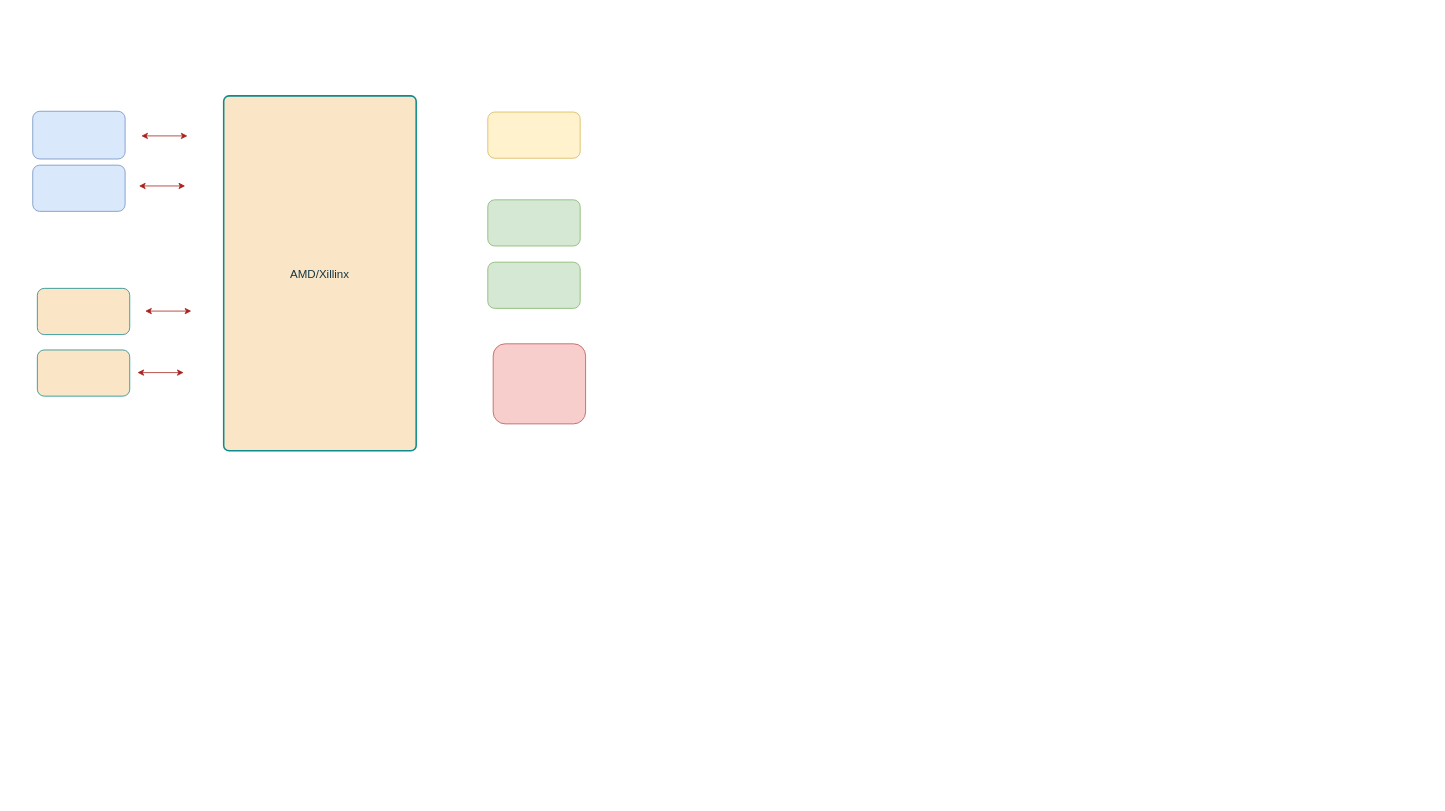
Before: INVENTTRONICS.drawio in moafkaljabi/PCB-IT-MA22, a draw.io diagram. Source tidied: cells renumbered, new cells numbered last; positions are measured from the earlier drawing's top-left corner, leaving out a move shared by most shapes. Both pictures are drawn from the tidied source at 77%, with x=0, y=0 at pixel (32, 95).
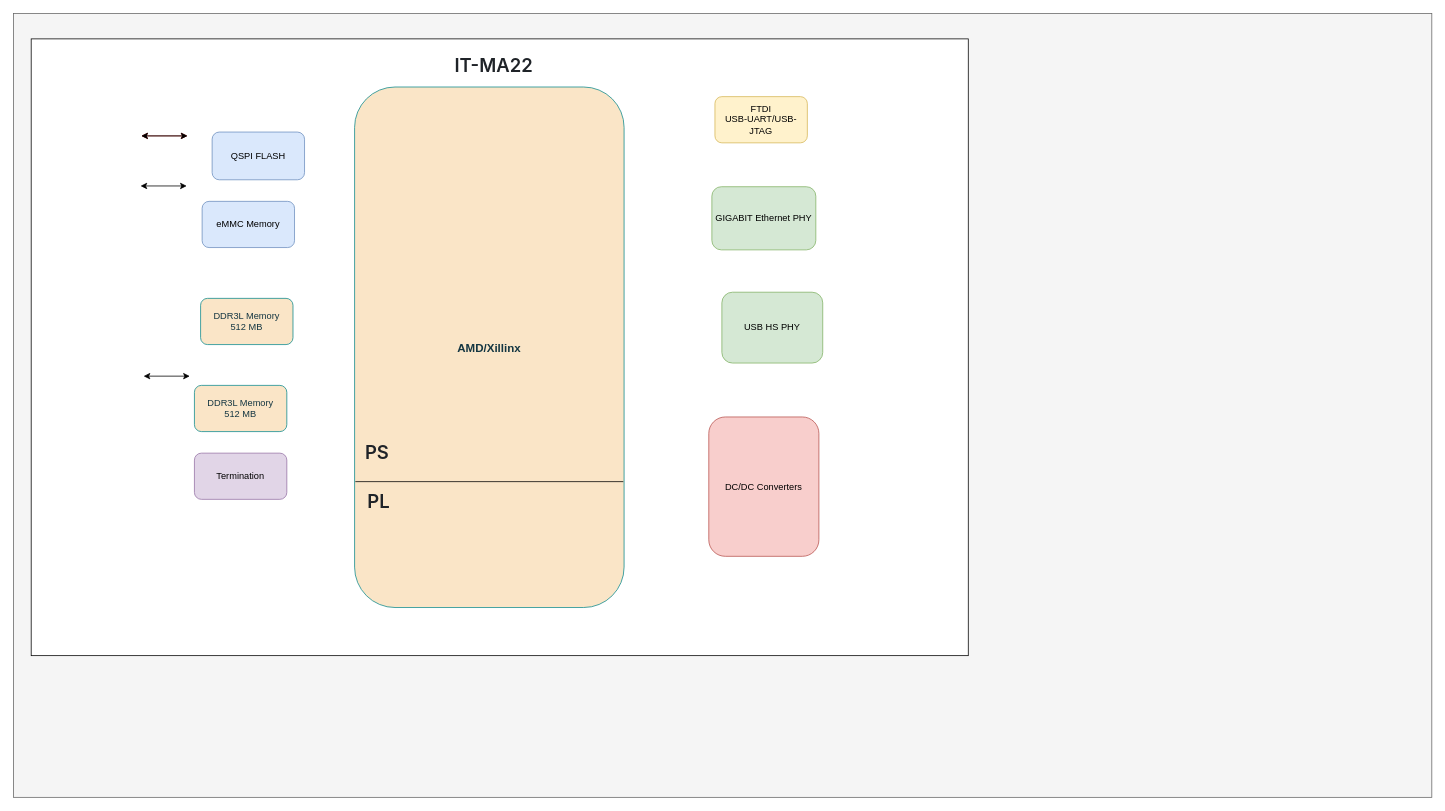
Above is the later version.

Diff of the diagram source:
```diff
@@
+    <mxCell id="15" style="rounded=0;whiteSpace=wrap;html=1;fillColor=#f5f5f5;strokeColor=#666666;fontColor=#333333;" parent="1" vertex="1">
+      <mxGeometry x="-25" y="-107" width="1842" height="1018" as="geometry" />
+    </mxCell>
+    <mxCell id="16" style="rounded=0;whiteSpace=wrap;html=1;" parent="1" vertex="1">
+      <mxGeometry x="-2" y="-74" width="1217" height="801" as="geometry" />
+    </mxCell>
+    <mxCell id="4" style="endArrow=classic;startArrow=classic;html=1;rounded=0;labelBackgroundColor=none;strokeColor=#A8201A;fontColor=default;" parent="1" edge="1">
+      <mxGeometry relative="1" as="geometry">
+        <mxPoint x="141" y="52" as="sourcePoint" />
+        <mxPoint x="201" y="52" as="targetPoint" />
+      </mxGeometry>
+    </mxCell>
+    <mxCell id="8" value="FTDI&lt;br&gt;USB-UART/USB-JTAG" style="rounded=1;whiteSpace=wrap;html=1;fillColor=#fff2cc;strokeColor=#d6b656;labelBackgroundColor=none;" parent="1" vertex="1">
+      <mxGeometry x="886" y="1" width="120" height="60" as="geometry" />
+    </mxCell>
+    <mxCell id="9" value="GIGABIT Ethernet PHY" style="rounded=1;whiteSpace=wrap;html=1;fillColor=#d5e8d4;strokeColor=#82b366;labelBackgroundColor=none;" parent="1" vertex="1">
+      <mxGeometry x="882" y="118" width="135" height="82" as="geometry" />
+    </mxCell>
+    <mxCell id="17" value="&lt;h1 style=&quot;text-align: start; box-sizing: border-box; margin-right: 0px; margin-left: 0px; font-weight: var(--base-text-weight-semibold, 600); line-height: 1.25; padding-bottom: 0.3em; border-bottom: 1px solid var(--borderColor-muted, var(--color-border-muted)); caret-color: rgb(31, 35, 40); color: rgb(31, 35, 40); font-family: -apple-system, BlinkMacSystemFont, &amp;quot;Segoe UI&amp;quot;, &amp;quot;Noto Sans&amp;quot;, Helvetica, Arial, sans-serif, &amp;quot;Apple Color Emoji&amp;quot;, &amp;quot;Segoe UI Emoji&amp;quot;; margin-top: 0px !important; margin-bottom: 0px !important;&quot; dir=&quot;auto&quot; tabindex=&quot;-1&quot;&gt;IT-MA22&lt;/h1&gt;" style="rounded=0;whiteSpace=wrap;html=1;strokeColor=none;" parent="1" vertex="1">
+      <mxGeometry x="539" y="-66" width="120" height="60" as="geometry" />
+    </mxCell>
+    <mxCell id="18" style="endArrow=classic;startArrow=classic;html=1;rounded=0;labelBackgroundColor=none;strokeColor=#000000;fontColor=default;" parent="1" edge="1">
+      <mxGeometry relative="1" as="geometry">
+        <mxPoint x="144" y="364" as="sourcePoint" />
+        <mxPoint x="204" y="364" as="targetPoint" />
+      </mxGeometry>
+    </mxCell>
+    <mxCell id="19" style="endArrow=classic;startArrow=classic;html=1;rounded=0;labelBackgroundColor=none;strokeColor=#000000;fontColor=default;" parent="1" edge="1">
+      <mxGeometry relative="1" as="geometry">
+        <mxPoint x="140" y="117" as="sourcePoint" />
+        <mxPoint x="200" y="117" as="targetPoint" />
+      </mxGeometry>
+    </mxCell>
-    <mxCell id="2" value="&lt;font style=&quot;font-size: 15px;&quot;&gt;AMD/Xillinx&lt;/font&gt;" style="rounded=1;whiteSpace=wrap;html=1;absoluteArcSize=1;arcSize=14;strokeWidth=2;fillColor=#FAE5C7;strokeColor=#0F8B8D;labelBackgroundColor=none;fontColor=#143642;align=center;labelPosition=center;verticalLabelPosition=middle;verticalAlign=middle;horizontal=1;glass=0;shadow=0;" parent="1" vertex="1">
-      <mxGeometry x="248" width="250" height="461" as="geometry" />
+    <mxCell id="2" value="&lt;span style=&quot;caret-color: rgb(20, 54, 66); color: rgb(20, 54, 66); font-family: Helvetica; font-size: 15px; font-style: normal; font-variant-caps: normal; letter-spacing: normal; text-align: center; text-indent: 0px; text-transform: none; word-spacing: 0px; -webkit-text-stroke-width: 0px; text-decoration: none; float: none; display: inline !important;&quot;&gt;&lt;b&gt;AMD/Xillinx&lt;/b&gt;&lt;/span&gt;" style="rounded=1;whiteSpace=wrap;html=1;strokeColor=#0F8B8D;fontColor=#143642;fillColor=#FAE5C7;" parent="1" vertex="1">
+      <mxGeometry x="418" y="-11.5" width="350" height="676" as="geometry" />
     </mxCell>
-    <mxCell id="3" style="rounded=1;whiteSpace=wrap;html=1;fillColor=#dae8fc;strokeColor=#6c8ebf;labelBackgroundColor=none;" parent="1" vertex="1">
-      <mxGeometry y="20" width="120" height="62" as="geometry" />
-    </mxCell>
-    <mxCell id="4" style="endArrow=classic;startArrow=classic;html=1;rounded=0;labelBackgroundColor=none;strokeColor=#A8201A;fontColor=default;" parent="1" edge="1">
-      <mxGeometry relative="1" as="geometry">
-        <mxPoint x="141" y="52" as="sourcePoint" />
-        <mxPoint x="201" y="52" as="targetPoint" />
-      </mxGeometry>
-    </mxCell>
-    <mxCell id="5" style="rounded=1;whiteSpace=wrap;html=1;fillColor=#dae8fc;strokeColor=#6c8ebf;labelBackgroundColor=none;" parent="1" vertex="1">
-      <mxGeometry y="90" width="120" height="60" as="geometry" />
-    </mxCell>
+    <mxCell id="20" style="group;" parent="1" vertex="1">
+      <mxGeometry x="210" y="263" width="128" height="261" as="geometry" />
+    </mxCell>
-    <mxCell id="6" style="rounded=1;whiteSpace=wrap;html=1;fillColor=#FAE5C7;strokeColor=#0F8B8D;labelBackgroundColor=none;fontColor=#143642;" parent="1" vertex="1">
-      <mxGeometry x="6" y="250" width="120" height="60" as="geometry" />
+    <mxCell id="6" value="DDR3L Memory&lt;br&gt;512 MB" style="rounded=1;whiteSpace=wrap;html=1;fillColor=#FAE5C7;strokeColor=#0F8B8D;labelBackgroundColor=none;fontColor=#143642;" parent="20" vertex="1">
+      <mxGeometry x="8" width="120" height="60" as="geometry" />
     </mxCell>
-    <mxCell id="7" style="rounded=1;whiteSpace=wrap;html=1;fillColor=#FAE5C7;strokeColor=#0F8B8D;labelBackgroundColor=none;fontColor=#143642;" parent="1" vertex="1">
-      <mxGeometry x="6" y="330" width="120" height="60" as="geometry" />
+    <mxCell id="7" value="Termination" style="rounded=1;whiteSpace=wrap;html=1;fillColor=#e1d5e7;strokeColor=#9673a6;labelBackgroundColor=none;" parent="20" vertex="1">
+      <mxGeometry y="201" width="120" height="60" as="geometry" />
     </mxCell>
-    <mxCell id="8" style="rounded=1;whiteSpace=wrap;html=1;fillColor=#fff2cc;strokeColor=#d6b656;labelBackgroundColor=none;" parent="1" vertex="1">
-      <mxGeometry x="591" y="21" width="120" height="60" as="geometry" />
-    </mxCell>
-    <mxCell id="9" style="rounded=1;whiteSpace=wrap;html=1;fillColor=#d5e8d4;strokeColor=#82b366;labelBackgroundColor=none;" parent="1" vertex="1">
-      <mxGeometry x="591" y="135" width="120" height="60" as="geometry" />
-    </mxCell>
-    <mxCell id="10" style="rounded=1;whiteSpace=wrap;html=1;fillColor=#d5e8d4;strokeColor=#82b366;labelBackgroundColor=none;" parent="1" vertex="1">
-      <mxGeometry x="591" y="216" width="120" height="60" as="geometry" />
-    </mxCell>
-    <mxCell id="11" style="rounded=1;whiteSpace=wrap;html=1;fillColor=#f8cecc;strokeColor=#b85450;labelBackgroundColor=none;" parent="1" vertex="1">
-      <mxGeometry x="598" y="322" width="120" height="104" as="geometry" />
-    </mxCell>
-    <mxCell id="12" style="endArrow=classic;startArrow=classic;html=1;rounded=0;labelBackgroundColor=none;strokeColor=#A8201A;fontColor=default;" parent="1" edge="1">
-      <mxGeometry relative="1" as="geometry">
-        <mxPoint x="138" y="117" as="sourcePoint" />
-        <mxPoint x="198" y="117" as="targetPoint" />
-      </mxGeometry>
-    </mxCell>
-    <mxCell id="13" style="endArrow=classic;startArrow=classic;html=1;rounded=0;labelBackgroundColor=none;strokeColor=#A8201A;fontColor=default;" parent="1" edge="1">
-      <mxGeometry relative="1" as="geometry">
-        <mxPoint x="136" y="359.4" as="sourcePoint" />
-        <mxPoint x="196" y="359.4" as="targetPoint" />
-      </mxGeometry>
-    </mxCell>
-    <mxCell id="14" style="endArrow=classic;startArrow=classic;html=1;rounded=0;labelBackgroundColor=none;strokeColor=#A8201A;fontColor=default;" parent="1" edge="1">
-      <mxGeometry relative="1" as="geometry">
-        <mxPoint x="146" y="279.5" as="sourcePoint" />
-        <mxPoint x="206" y="279.5" as="targetPoint" />
-      </mxGeometry>
-    </mxCell>
+    <mxCell id="21" value="DDR3L Memory&lt;br&gt;512 MB" style="rounded=1;whiteSpace=wrap;html=1;fillColor=#FAE5C7;strokeColor=#0F8B8D;labelBackgroundColor=none;fontColor=#143642;" parent="20" vertex="1">
+      <mxGeometry y="113" width="120" height="60" as="geometry" />
+    </mxCell>
+    <mxCell id="22" value="&lt;h1 style=&quot;text-align: start; box-sizing: border-box; margin-right: 0px; margin-left: 0px; font-weight: var(--base-text-weight-semibold, 600); line-height: 1.25; padding-bottom: 0.3em; border-bottom: 1px solid var(--borderColor-muted, var(--color-border-muted)); caret-color: rgb(31, 35, 40); color: rgb(31, 35, 40); font-family: -apple-system, BlinkMacSystemFont, &amp;quot;Segoe UI&amp;quot;, &amp;quot;Noto Sans&amp;quot;, Helvetica, Arial, sans-serif, &amp;quot;Apple Color Emoji&amp;quot;, &amp;quot;Segoe UI Emoji&amp;quot;; margin-top: 0px !important; margin-bottom: 0px !important;&quot; dir=&quot;auto&quot; tabindex=&quot;-1&quot;&gt;PL&lt;/h1&gt;" style="rounded=0;whiteSpace=wrap;html=1;strokeColor=none;fillColor=none;" parent="1" vertex="1">
+      <mxGeometry x="424" y="508" width="51" height="45" as="geometry" />
+    </mxCell>
+    <mxCell id="23" value="&lt;h1 style=&quot;text-align: start; box-sizing: border-box; margin-right: 0px; margin-left: 0px; font-weight: var(--base-text-weight-semibold, 600); line-height: 1.25; padding-bottom: 0.3em; border-bottom: 1px solid var(--borderColor-muted, var(--color-border-muted)); caret-color: rgb(31, 35, 40); color: rgb(31, 35, 40); font-family: -apple-system, BlinkMacSystemFont, &amp;quot;Segoe UI&amp;quot;, &amp;quot;Noto Sans&amp;quot;, Helvetica, Arial, sans-serif, &amp;quot;Apple Color Emoji&amp;quot;, &amp;quot;Segoe UI Emoji&amp;quot;; margin-top: 0px !important; margin-bottom: 0px !important;&quot; dir=&quot;auto&quot; tabindex=&quot;-1&quot;&gt;PS&lt;/h1&gt;" style="rounded=0;whiteSpace=wrap;html=1;strokeColor=none;fillColor=none;" parent="1" vertex="1">
+      <mxGeometry x="424" y="437" width="47" height="60" as="geometry" />
+    </mxCell>
+    <mxCell id="24" style="line;strokeWidth=1;fillColor=none;align=left;verticalAlign=middle;spacingTop=-1;spacingLeft=3;spacingRight=3;labelPosition=right;strokeColor=inherit;fontColor=#143642;" parent="1" vertex="1">
+      <mxGeometry x="419" y="497" width="348" height="8" as="geometry" />
+    </mxCell>
+    <mxCell id="25" parent="0" />
+    <mxCell id="26" value="QSPI FLASH" style="rounded=1;whiteSpace=wrap;html=1;fillColor=#dae8fc;strokeColor=#6c8ebf;labelBackgroundColor=none;" parent="25" vertex="1">
+      <mxGeometry x="233" y="47" width="120" height="62" as="geometry" />
+    </mxCell>
+    <mxCell id="27" style="endArrow=classic;startArrow=classic;html=1;rounded=0;labelBackgroundColor=none;strokeColor=#000000;fontColor=default;" parent="25" edge="1">
+      <mxGeometry relative="1" as="geometry">
+        <mxPoint x="141" y="52" as="sourcePoint" />
+        <mxPoint x="201" y="52" as="targetPoint" />
+      </mxGeometry>
+    </mxCell>
+    <mxCell id="28" value="eMMC Memory&lt;br&gt;" style="rounded=1;whiteSpace=wrap;html=1;fillColor=#dae8fc;strokeColor=#6c8ebf;labelBackgroundColor=none;" parent="25" vertex="1">
+      <mxGeometry x="220" y="137" width="120" height="60" as="geometry" />
+    </mxCell>
+    <mxCell id="29" value="USB HS PHY" style="rounded=1;whiteSpace=wrap;html=1;fillColor=#d5e8d4;strokeColor=#82b366;labelBackgroundColor=none;" parent="25" vertex="1">
+      <mxGeometry x="895" y="255" width="131" height="92" as="geometry" />
+    </mxCell>
+    <mxCell id="30" value="DC/DC Converters" style="rounded=1;whiteSpace=wrap;html=1;fillColor=#f8cecc;strokeColor=#b85450;labelBackgroundColor=none;" parent="25" vertex="1">
+      <mxGeometry x="878" y="417" width="143" height="181" as="geometry" />
+    </mxCell>
```
